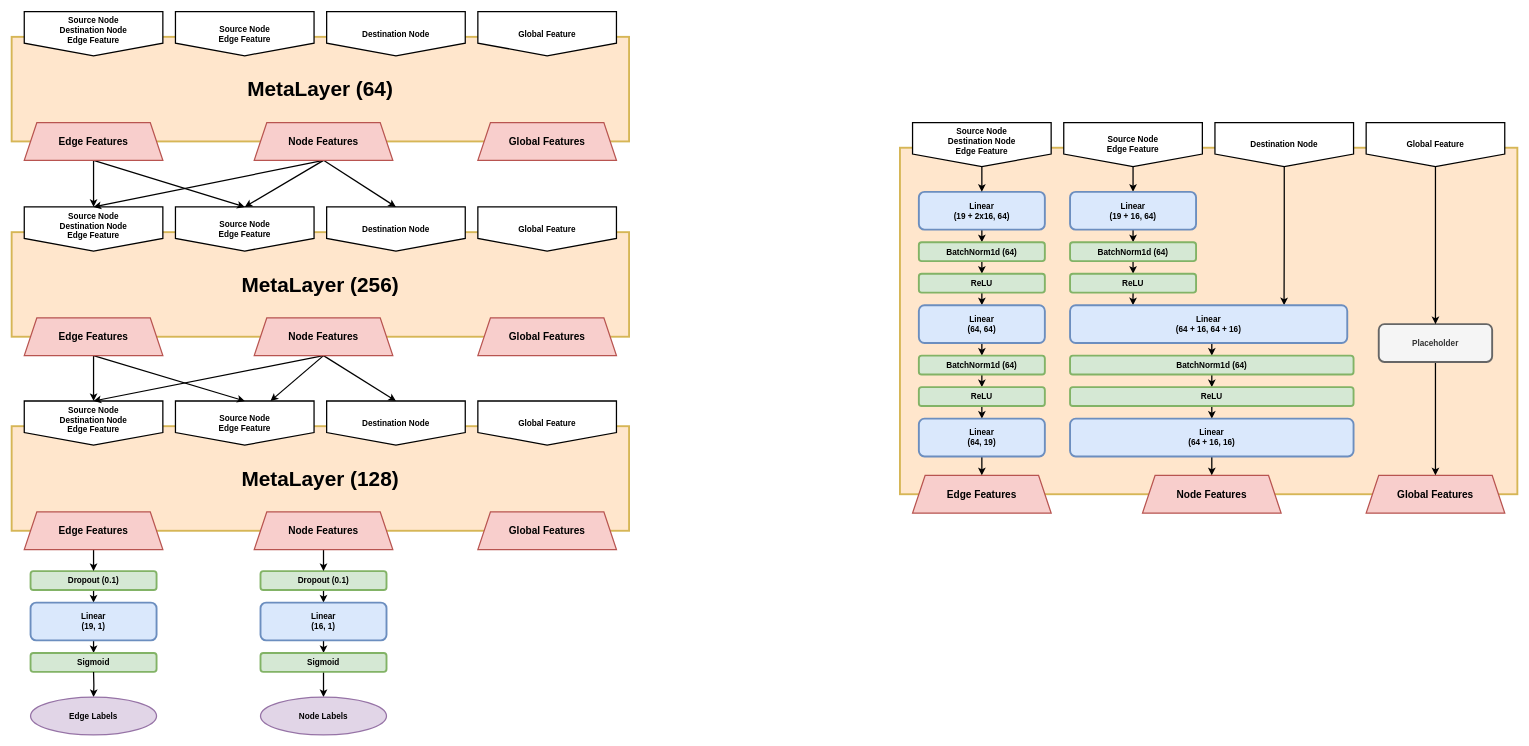
Earlier version of the draw.io diagram page "MetaLayer" (1 of 2) of Node_Edge_Classification/NetStructures.drawio (RockPie/ssi_if_project). Source tidied: cells renumbered, new cells numbered last; positions are measured from the earlier drawing's top-left corner, leaving out a move shared by most shapes. Both pictures are drawn from the tidied source at 63%, with x=0, y=0 at pixel (11, 11).
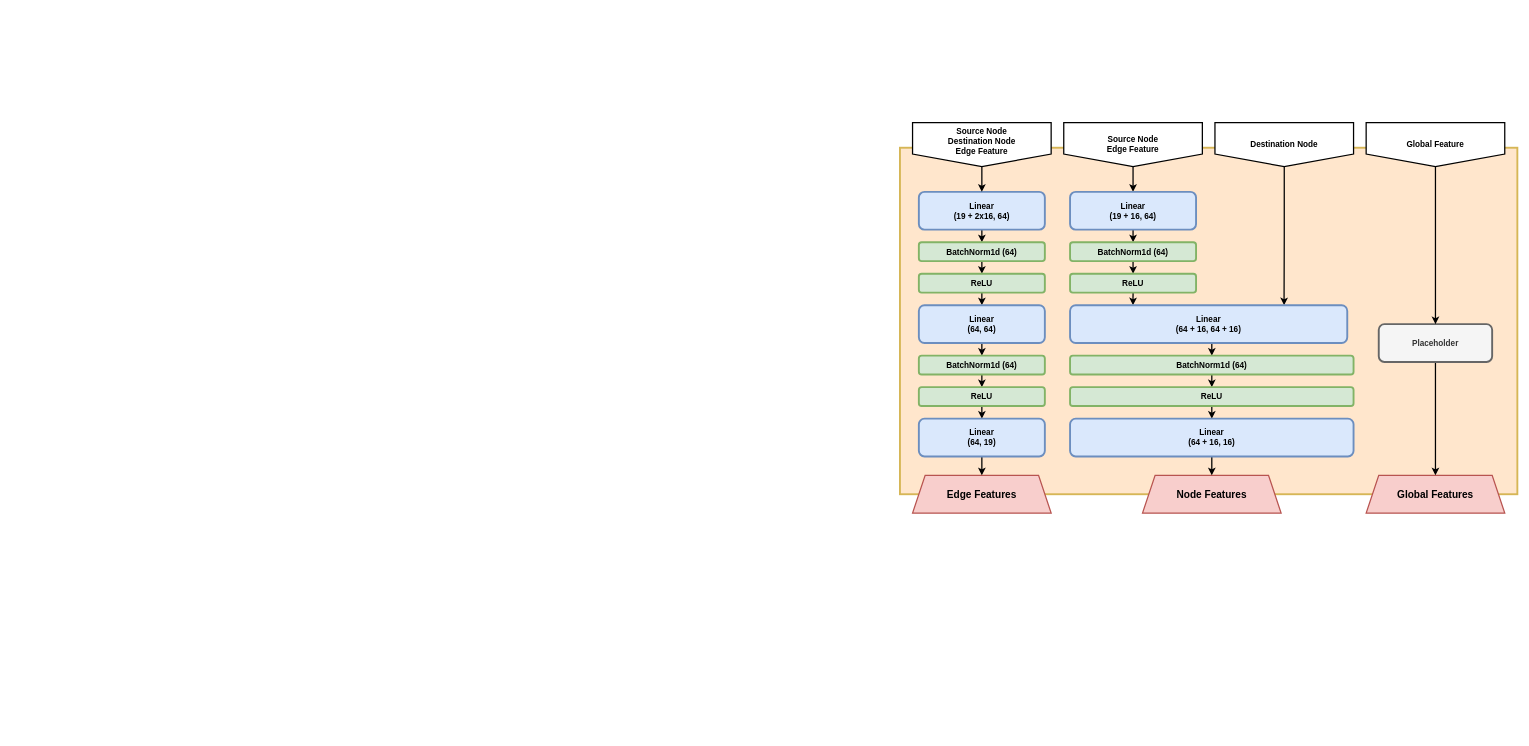
The same diagram, later.

What changed in the source:
```diff
@@
-    <mxCell id="2" value="MetaLayer (128)" style="rounded=0;whiteSpace=wrap;html=1;strokeWidth=3;fillColor=#FFE6CC;strokeColor=#d6b656;perimeterSpacing=1;gradientColor=none;fontSize=33;fontFamily=Avenir;fontStyle=1;" parent="1" vertex="1">
-      <mxGeometry y="658" width="980" height="166" as="geometry" />
-    </mxCell>
-    <mxCell id="3" value="Source Node&lt;br style=&quot;font-size: 13px;&quot;&gt;Destination Node&lt;br style=&quot;font-size: 13px;&quot;&gt;Edge Feature" style="shape=offPageConnector;whiteSpace=wrap;html=1;strokeWidth=2;fontFamily=Avenir;fontSize=13;fontStyle=1;size=0.2857142857142857;verticalAlign=top;" parent="1" vertex="1">
-      <mxGeometry x="20" y="618" width="220" height="70" as="geometry" />
-    </mxCell>
-    <mxCell id="4" value="Source Node&lt;br&gt;Edge Feature" style="shape=offPageConnector;whiteSpace=wrap;html=1;strokeWidth=2;fontFamily=Avenir;fontSize=13;fontStyle=1;size=0.2857142857142857;verticalAlign=middle;" parent="1" vertex="1">
-      <mxGeometry x="260" y="618" width="220" height="70" as="geometry" />
-    </mxCell>
-    <mxCell id="5" value="Destination Node" style="shape=offPageConnector;whiteSpace=wrap;html=1;strokeWidth=2;fontFamily=Avenir;fontSize=13;fontStyle=1;size=0.2857142857142857;verticalAlign=middle;" parent="1" vertex="1">
-      <mxGeometry x="500" y="618" width="220" height="70" as="geometry" />
-    </mxCell>
-    <mxCell id="6" value="Global Feature" style="shape=offPageConnector;whiteSpace=wrap;html=1;strokeWidth=2;fontFamily=Avenir;fontSize=13;fontStyle=1;size=0.2857142857142857;verticalAlign=middle;" parent="1" vertex="1">
-      <mxGeometry x="740" y="618" width="220" height="70" as="geometry" />
-    </mxCell>
-    <mxCell id="7" style="edgeStyle=orthogonalEdgeStyle;rounded=0;jettySize=auto;html=1;exitX=0.5;exitY=1;exitDx=0;exitDy=0;entryX=0.5;entryY=0;entryDx=0;entryDy=0;strokeWidth=2;" parent="1" edge="1" source="8" target="10">
-      <mxGeometry relative="1" as="geometry" />
-    </mxCell>
-    <mxCell id="8" value="Dropout (0.1)" style="rounded=1;whiteSpace=wrap;html=1;fillColor=#d5e8d4;strokeColor=#82b366;strokeWidth=3;fontFamily=Avenir;fontSize=13;fontStyle=1;" parent="1" vertex="1">
-      <mxGeometry x="395" y="888" width="200" height="30" as="geometry" />
-    </mxCell>
-    <mxCell id="9" style="edgeStyle=orthogonalEdgeStyle;rounded=0;jettySize=auto;html=1;exitX=0.5;exitY=1;exitDx=0;exitDy=0;entryX=0.5;entryY=0;entryDx=0;entryDy=0;strokeWidth=2;" parent="1" edge="1" source="10" target="12">
-      <mxGeometry relative="1" as="geometry" />
-    </mxCell>
-    <mxCell id="10" value="Linear &lt;br style=&quot;font-size: 13px;&quot;&gt;(16, 1)" style="rounded=1;whiteSpace=wrap;html=1;fillColor=#dae8fc;strokeColor=#6c8ebf;strokeWidth=3;fontFamily=Avenir;fontSize=13;fontStyle=1;" parent="1" vertex="1">
-      <mxGeometry x="395" y="938" width="200" height="60" as="geometry" />
-    </mxCell>
-    <mxCell id="11" style="edgeStyle=orthogonalEdgeStyle;rounded=0;jettySize=auto;html=1;exitX=0.5;exitY=1;exitDx=0;exitDy=0;entryX=0.5;entryY=0;entryDx=0;entryDy=0;entryPerimeter=0;strokeWidth=2;" parent="1" edge="1" source="12" target="18">
-      <mxGeometry relative="1" as="geometry" />
-    </mxCell>
-    <mxCell id="12" value="Sigmoid" style="rounded=1;whiteSpace=wrap;html=1;fillColor=#d5e8d4;strokeColor=#82b366;strokeWidth=3;fontFamily=Avenir;fontSize=13;fontStyle=1;" parent="1" vertex="1">
-      <mxGeometry x="395" y="1018" width="200" height="30" as="geometry" />
-    </mxCell>
-    <mxCell id="13" style="edgeStyle=orthogonalEdgeStyle;rounded=0;jettySize=auto;html=1;exitX=0.5;exitY=1;exitDx=0;exitDy=0;entryX=0.5;entryY=0;entryDx=0;entryDy=0;strokeWidth=2;" parent="1" edge="1" source="14" target="16">
-      <mxGeometry relative="1" as="geometry" />
-    </mxCell>
-    <mxCell id="14" value="Dropout (0.1)" style="rounded=1;whiteSpace=wrap;html=1;fillColor=#d5e8d4;strokeColor=#82b366;strokeWidth=3;fontFamily=Avenir;fontSize=13;fontStyle=1;" parent="1" vertex="1">
-      <mxGeometry x="30" y="888" width="200" height="30" as="geometry" />
-    </mxCell>
-    <mxCell id="15" style="edgeStyle=orthogonalEdgeStyle;rounded=0;jettySize=auto;html=1;exitX=0.5;exitY=1;exitDx=0;exitDy=0;entryX=0.5;entryY=0;entryDx=0;entryDy=0;strokeWidth=2;" parent="1" edge="1" source="16" target="17">
-      <mxGeometry relative="1" as="geometry" />
-    </mxCell>
-    <mxCell id="16" value="Linear &lt;br style=&quot;font-size: 13px;&quot;&gt;(19, 1)" style="rounded=1;whiteSpace=wrap;html=1;fillColor=#dae8fc;strokeColor=#6c8ebf;strokeWidth=3;fontFamily=Avenir;fontSize=13;fontStyle=1;" parent="1" vertex="1">
-      <mxGeometry x="30" y="938" width="200" height="60" as="geometry" />
-    </mxCell>
-    <mxCell id="17" value="Sigmoid" style="rounded=1;whiteSpace=wrap;html=1;fillColor=#d5e8d4;strokeColor=#82b366;strokeWidth=3;fontFamily=Avenir;fontSize=13;fontStyle=1;" parent="1" vertex="1">
-      <mxGeometry x="30" y="1018" width="200" height="30" as="geometry" />
-    </mxCell>
-    <mxCell id="18" value="Node Labels" style="strokeWidth=2;html=1;shape=mxgraph.flowchart.start_1;whiteSpace=wrap;fillColor=#e1d5e7;strokeColor=#9673a6;fontStyle=1;fontSize=13;" parent="1" vertex="1">
-      <mxGeometry x="395" y="1088" width="200" height="60" as="geometry" />
-    </mxCell>
-    <mxCell id="19" style="edgeStyle=orthogonalEdgeStyle;rounded=0;jettySize=auto;html=1;exitX=0.5;exitY=1;exitDx=0;exitDy=0;entryX=0.5;entryY=0;entryDx=0;entryDy=0;entryPerimeter=0;strokeWidth=2;" parent="1" edge="1" target="20">
-      <mxGeometry relative="1" as="geometry">
-        <mxPoint x="130" y="1048" as="sourcePoint" />
-      </mxGeometry>
-    </mxCell>
-    <mxCell id="20" value="Edge Labels" style="strokeWidth=2;html=1;shape=mxgraph.flowchart.start_1;whiteSpace=wrap;fillColor=#e1d5e7;strokeColor=#9673a6;fontStyle=1;fontSize=13;" parent="1" vertex="1">
-      <mxGeometry x="30" y="1088" width="200" height="60" as="geometry" />
-    </mxCell>
@@
-    <mxCell id="63" style="edgeStyle=orthogonalEdgeStyle;rounded=0;jettySize=auto;html=1;exitX=0.5;exitY=1;exitDx=0;exitDy=0;entryX=0.5;entryY=0;entryDx=0;entryDy=0;strokeWidth=2;" parent="1" edge="1" source="64" target="14">
-      <mxGeometry relative="1" as="geometry" />
-    </mxCell>
-    <mxCell id="64" value="Edge Features" style="shape=trapezoid;perimeter=trapezoidPerimeter;whiteSpace=wrap;html=1;fixedSize=1;strokeWidth=2;fillColor=#f8cecc;strokeColor=#b85450;fontStyle=1;fontSize=16;" parent="1" vertex="1">
-      <mxGeometry x="20" y="794" width="220" height="60" as="geometry" />
-    </mxCell>
-    <mxCell id="65" style="edgeStyle=orthogonalEdgeStyle;rounded=0;jettySize=auto;html=1;exitX=0.5;exitY=1;exitDx=0;exitDy=0;entryX=0.5;entryY=0;entryDx=0;entryDy=0;strokeWidth=2;" parent="1" edge="1" source="66" target="8">
-      <mxGeometry relative="1" as="geometry" />
-    </mxCell>
-    <mxCell id="66" value="Node Features" style="shape=trapezoid;perimeter=trapezoidPerimeter;whiteSpace=wrap;html=1;fixedSize=1;strokeWidth=2;fillColor=#f8cecc;strokeColor=#b85450;fontStyle=1;fontSize=16;" parent="1" vertex="1">
-      <mxGeometry x="385" y="794" width="220" height="60" as="geometry" />
-    </mxCell>
-    <mxCell id="67" value="Global Features" style="shape=trapezoid;perimeter=trapezoidPerimeter;whiteSpace=wrap;html=1;fixedSize=1;strokeWidth=2;fillColor=#f8cecc;strokeColor=#b85450;fontStyle=1;fontSize=16;" parent="1" vertex="1">
-      <mxGeometry x="740" y="794" width="220" height="60" as="geometry" />
-    </mxCell>
-    <mxCell id="68" value="MetaLayer (256)" style="rounded=0;whiteSpace=wrap;html=1;strokeWidth=3;fillColor=#FFE6CC;strokeColor=#d6b656;perimeterSpacing=1;gradientColor=none;fontSize=33;fontFamily=Avenir;fontStyle=1;" parent="1" vertex="1">
-      <mxGeometry y="350" width="980" height="166" as="geometry" />
-    </mxCell>
-    <mxCell id="69" value="Source Node&lt;br style=&quot;font-size: 13px;&quot;&gt;Destination Node&lt;br style=&quot;font-size: 13px;&quot;&gt;Edge Feature" style="shape=offPageConnector;whiteSpace=wrap;html=1;strokeWidth=2;fontFamily=Avenir;fontSize=13;fontStyle=1;size=0.2857142857142857;verticalAlign=top;" parent="1" vertex="1">
-      <mxGeometry x="20" y="310" width="220" height="70" as="geometry" />
-    </mxCell>
-    <mxCell id="70" value="Source Node&lt;br&gt;Edge Feature" style="shape=offPageConnector;whiteSpace=wrap;html=1;strokeWidth=2;fontFamily=Avenir;fontSize=13;fontStyle=1;size=0.2857142857142857;verticalAlign=middle;" parent="1" vertex="1">
-      <mxGeometry x="260" y="310" width="220" height="70" as="geometry" />
-    </mxCell>
-    <mxCell id="71" value="Destination Node" style="shape=offPageConnector;whiteSpace=wrap;html=1;strokeWidth=2;fontFamily=Avenir;fontSize=13;fontStyle=1;size=0.2857142857142857;verticalAlign=middle;" parent="1" vertex="1">
-      <mxGeometry x="500" y="310" width="220" height="70" as="geometry" />
-    </mxCell>
-    <mxCell id="72" value="Global Feature" style="shape=offPageConnector;whiteSpace=wrap;html=1;strokeWidth=2;fontFamily=Avenir;fontSize=13;fontStyle=1;size=0.2857142857142857;verticalAlign=middle;" parent="1" vertex="1">
-      <mxGeometry x="740" y="310" width="220" height="70" as="geometry" />
-    </mxCell>
-    <mxCell id="73" style="rounded=0;jettySize=auto;html=1;exitX=0.5;exitY=1;exitDx=0;exitDy=0;entryX=0.5;entryY=0;entryDx=0;entryDy=0;strokeWidth=2;" parent="1" edge="1" source="75" target="3">
-      <mxGeometry relative="1" as="geometry" />
-    </mxCell>
-    <mxCell id="74" style="rounded=0;jettySize=auto;html=1;exitX=0.5;exitY=1;exitDx=0;exitDy=0;entryX=0.5;entryY=0;entryDx=0;entryDy=0;strokeWidth=2;" parent="1" edge="1" source="75" target="4">
-      <mxGeometry relative="1" as="geometry" />
-    </mxCell>
-    <mxCell id="75" value="Edge Features" style="shape=trapezoid;perimeter=trapezoidPerimeter;whiteSpace=wrap;html=1;fixedSize=1;strokeWidth=2;fillColor=#f8cecc;strokeColor=#b85450;fontStyle=1;fontSize=16;" parent="1" vertex="1">
-      <mxGeometry x="20" y="486" width="220" height="60" as="geometry" />
-    </mxCell>
-    <mxCell id="76" style="rounded=0;jettySize=auto;html=1;exitX=0.5;exitY=1;exitDx=0;exitDy=0;strokeWidth=2;" parent="1" edge="1" source="79" target="4">
-      <mxGeometry relative="1" as="geometry" />
-    </mxCell>
-    <mxCell id="77" style="rounded=0;jettySize=auto;html=1;exitX=0.5;exitY=1;exitDx=0;exitDy=0;entryX=0.5;entryY=0;entryDx=0;entryDy=0;strokeWidth=2;" parent="1" edge="1" source="79" target="3">
-      <mxGeometry relative="1" as="geometry" />
-    </mxCell>
-    <mxCell id="78" style="rounded=0;jettySize=auto;html=1;exitX=0.5;exitY=1;exitDx=0;exitDy=0;entryX=0.5;entryY=0;entryDx=0;entryDy=0;strokeWidth=2;" parent="1" edge="1" source="79" target="5">
-      <mxGeometry relative="1" as="geometry" />
-    </mxCell>
-    <mxCell id="79" value="Node Features" style="shape=trapezoid;perimeter=trapezoidPerimeter;whiteSpace=wrap;html=1;fixedSize=1;strokeWidth=2;fillColor=#f8cecc;strokeColor=#b85450;fontStyle=1;fontSize=16;" parent="1" vertex="1">
-      <mxGeometry x="385" y="486" width="220" height="60" as="geometry" />
-    </mxCell>
-    <mxCell id="80" value="Global Features" style="shape=trapezoid;perimeter=trapezoidPerimeter;whiteSpace=wrap;html=1;fixedSize=1;strokeWidth=2;fillColor=#f8cecc;strokeColor=#b85450;fontStyle=1;fontSize=16;" parent="1" vertex="1">
-      <mxGeometry x="740" y="486" width="220" height="60" as="geometry" />
-    </mxCell>
-    <mxCell id="81" value="MetaLayer (64)" style="rounded=0;whiteSpace=wrap;html=1;strokeWidth=3;fillColor=#FFE6CC;strokeColor=#d6b656;perimeterSpacing=1;gradientColor=none;fontSize=33;fontFamily=Avenir;fontStyle=1;" parent="1" vertex="1">
-      <mxGeometry y="40" width="980" height="166" as="geometry" />
-    </mxCell>
-    <mxCell id="82" value="Source Node&lt;br style=&quot;font-size: 13px;&quot;&gt;Destination Node&lt;br style=&quot;font-size: 13px;&quot;&gt;Edge Feature" style="shape=offPageConnector;whiteSpace=wrap;html=1;strokeWidth=2;fontFamily=Avenir;fontSize=13;fontStyle=1;size=0.2857142857142857;verticalAlign=top;" parent="1" vertex="1">
-      <mxGeometry x="20" width="220" height="70" as="geometry" />
-    </mxCell>
-    <mxCell id="83" value="Source Node&lt;br&gt;Edge Feature" style="shape=offPageConnector;whiteSpace=wrap;html=1;strokeWidth=2;fontFamily=Avenir;fontSize=13;fontStyle=1;size=0.2857142857142857;verticalAlign=middle;" parent="1" vertex="1">
-      <mxGeometry x="260" width="220" height="70" as="geometry" />
-    </mxCell>
-    <mxCell id="84" value="Destination Node" style="shape=offPageConnector;whiteSpace=wrap;html=1;strokeWidth=2;fontFamily=Avenir;fontSize=13;fontStyle=1;size=0.2857142857142857;verticalAlign=middle;" parent="1" vertex="1">
-      <mxGeometry x="500" width="220" height="70" as="geometry" />
-    </mxCell>
-    <mxCell id="85" value="Global Feature" style="shape=offPageConnector;whiteSpace=wrap;html=1;strokeWidth=2;fontFamily=Avenir;fontSize=13;fontStyle=1;size=0.2857142857142857;verticalAlign=middle;" parent="1" vertex="1">
-      <mxGeometry x="740" width="220" height="70" as="geometry" />
-    </mxCell>
-    <mxCell id="86" style="rounded=0;jettySize=auto;html=1;exitX=0.5;exitY=1;exitDx=0;exitDy=0;entryX=0.5;entryY=0;entryDx=0;entryDy=0;strokeWidth=2;" parent="1" edge="1" source="88" target="69">
-      <mxGeometry relative="1" as="geometry" />
-    </mxCell>
-    <mxCell id="87" style="rounded=0;jettySize=auto;html=1;exitX=0.5;exitY=1;exitDx=0;exitDy=0;entryX=0.5;entryY=0;entryDx=0;entryDy=0;strokeWidth=2;" parent="1" edge="1" source="88" target="70">
-      <mxGeometry relative="1" as="geometry" />
-    </mxCell>
-    <mxCell id="88" value="Edge Features" style="shape=trapezoid;perimeter=trapezoidPerimeter;whiteSpace=wrap;html=1;fixedSize=1;strokeWidth=2;fillColor=#f8cecc;strokeColor=#b85450;fontStyle=1;fontSize=16;" parent="1" vertex="1">
-      <mxGeometry x="20" y="176" width="220" height="60" as="geometry" />
-    </mxCell>
-    <mxCell id="89" style="rounded=0;jettySize=auto;html=1;exitX=0.5;exitY=1;exitDx=0;exitDy=0;entryX=0.5;entryY=0;entryDx=0;entryDy=0;strokeWidth=2;" parent="1" edge="1" source="92" target="71">
-      <mxGeometry relative="1" as="geometry" />
-    </mxCell>
-    <mxCell id="90" style="rounded=0;jettySize=auto;html=1;exitX=0.5;exitY=1;exitDx=0;exitDy=0;entryX=0.5;entryY=0;entryDx=0;entryDy=0;strokeWidth=2;" parent="1" edge="1" source="92" target="70">
-      <mxGeometry relative="1" as="geometry" />
-    </mxCell>
-    <mxCell id="91" style="rounded=0;jettySize=auto;html=1;exitX=0.5;exitY=1;exitDx=0;exitDy=0;entryX=0.5;entryY=0;entryDx=0;entryDy=0;strokeWidth=2;" parent="1" edge="1" source="92" target="69">
-      <mxGeometry relative="1" as="geometry" />
-    </mxCell>
-    <mxCell id="92" value="Node Features" style="shape=trapezoid;perimeter=trapezoidPerimeter;whiteSpace=wrap;html=1;fixedSize=1;strokeWidth=2;fillColor=#f8cecc;strokeColor=#b85450;fontStyle=1;fontSize=16;" parent="1" vertex="1">
-      <mxGeometry x="385" y="176" width="220" height="60" as="geometry" />
-    </mxCell>
-    <mxCell id="93" value="Global Features" style="shape=trapezoid;perimeter=trapezoidPerimeter;whiteSpace=wrap;html=1;fixedSize=1;strokeWidth=2;fillColor=#f8cecc;strokeColor=#b85450;fontStyle=1;fontSize=16;" parent="1" vertex="1">
-      <mxGeometry x="740" y="176" width="220" height="60" as="geometry" />
-    </mxCell>
```
